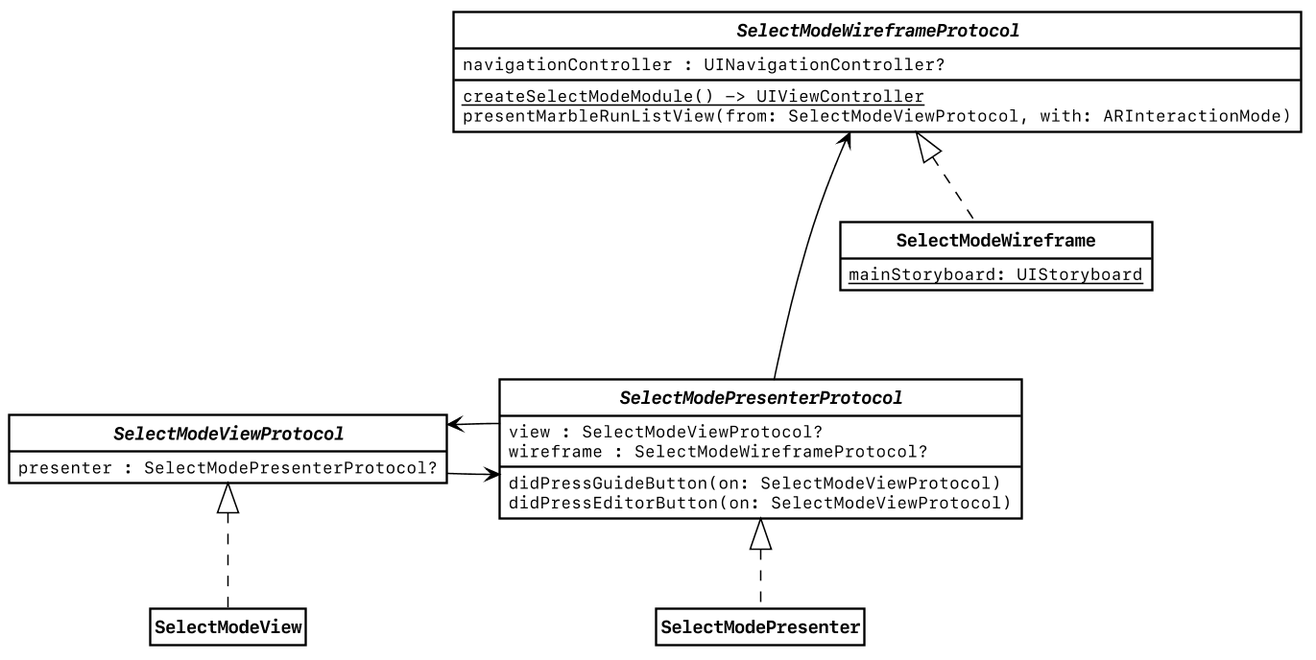
This is doc/images/classes-selectmode.png from eduDorus/PAWI, a PlantUML export, as it was before one commit. The source it was exported from:
```plantuml
@startuml classes-selectmode

skinparam Shadowing false
skinparam DefaultFontName "SF Mono"
skinparam dpi 150
skinparam partitionBackgroundColor white

skinparam Class {
	BorderColor black
	ArrowColor black
	BackgroundColor white
	FontStyle bold
	StereotypeFontSize 10
	ArrowFontSize 10
	AttributeIconSize 0
}

skinparam Component {
	BorderColor black
	BackgroundColor white
}

hide empty fields
hide empty methods
hide circle


interface SelectModeWireframeProtocol {
    navigationController : UINavigationController?
    {static} createSelectModeModule() -> UIViewController
    presentMarbleRunListView(from: SelectModeViewProtocol, with: ARInteractionMode)
}

interface SelectModeViewProtocol {
    presenter : SelectModePresenterProtocol?
}

interface SelectModePresenterProtocol {
    view : SelectModeViewProtocol?
    wireframe : SelectModeWireframeProtocol?
    didPressGuideButton(on: SelectModeViewProtocol)
    didPressEditorButton(on: SelectModeViewProtocol)
}


class SelectModeWireframe {
    {static} mainStoryboard: UIStoryboard
}
class SelectModeView
class SelectModePresenter


SelectModeViewProtocol --> SelectModePresenterProtocol
SelectModePresenterProtocol -l> SelectModeViewProtocol
SelectModeWireframeProtocol <--u- SelectModePresenterProtocol


SelectModeWireframe .u.|> SelectModeWireframeProtocol
SelectModeView .u.|> SelectModeViewProtocol
SelectModePresenter .u.|> SelectModePresenterProtocol

@enduml
```
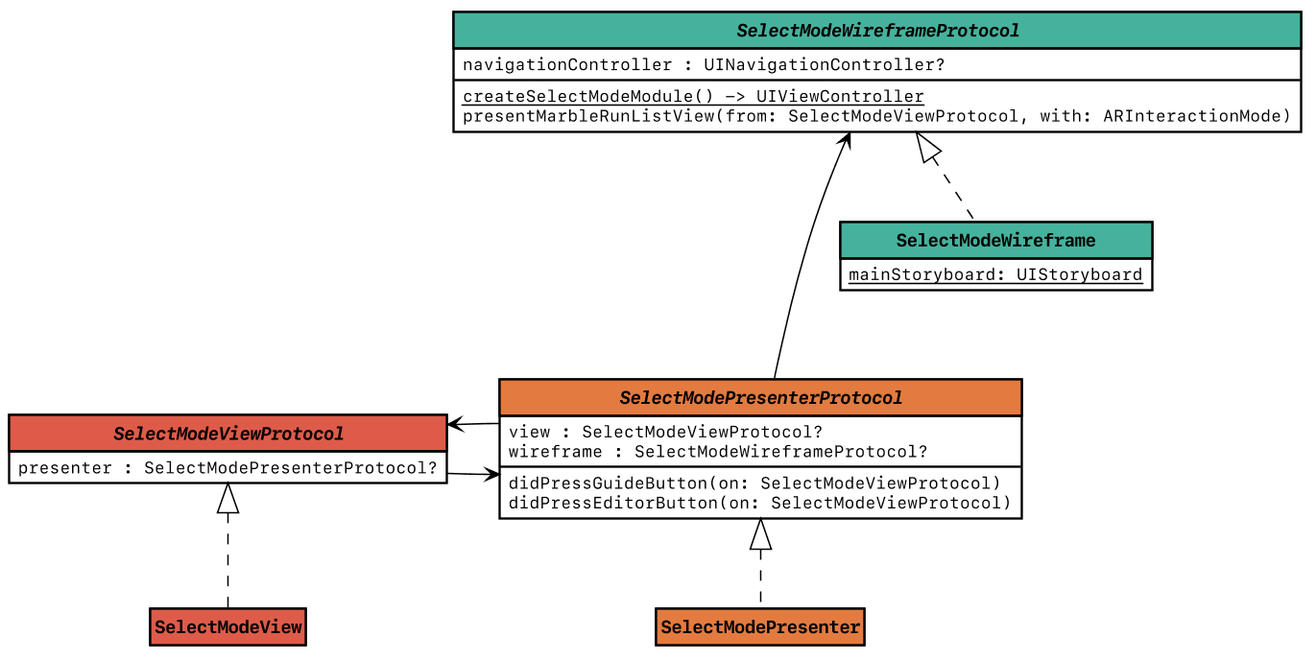
After the commit.

What changed in the source:
```diff
@@ -13,6 +13,10 @@
 	StereotypeFontSize 10
 	ArrowFontSize 10
 	AttributeIconSize 0
+	HeaderBackgroundColor<<Wireframe>> #46B29D
+	HeaderBackgroundColor<<View>>  #DE5B49
+	HeaderBackgroundColor<<Interactor>> #F0CA4D
+	HeaderBackgroundColor<<Presenter>> #E37B40
 }
 
 skinparam Component {
@@ -23,19 +27,20 @@
 hide empty fields
 hide empty methods
 hide circle
+hide stereotype
 
 
-interface SelectModeWireframeProtocol {
+interface SelectModeWireframeProtocol <<Wireframe>> {
     navigationController : UINavigationController?
     {static} createSelectModeModule() -> UIViewController
     presentMarbleRunListView(from: SelectModeViewProtocol, with: ARInteractionMode)
 }
 
-interface SelectModeViewProtocol {
+interface SelectModeViewProtocol <<View>> {
     presenter : SelectModePresenterProtocol?
 }
 
-interface SelectModePresenterProtocol {
+interface SelectModePresenterProtocol <<Presenter>> {
     view : SelectModeViewProtocol?
     wireframe : SelectModeWireframeProtocol?
     didPressGuideButton(on: SelectModeViewProtocol)
@@ -43,11 +48,11 @@
 }
 
 
-class SelectModeWireframe {
+class SelectModeWireframe <<Wireframe>> {
     {static} mainStoryboard: UIStoryboard
 }
-class SelectModeView
-class SelectModePresenter
+class SelectModeView <<View>>
+class SelectModePresenter <<Presenter>>
 
 
 SelectModeViewProtocol --> SelectModePresenterProtocol
```
